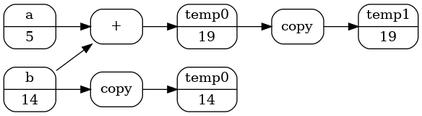
Earlier version of the Graphviz export graph.png (levasemin/Move_Semantic). Its source is kept beside it as graph.dot.
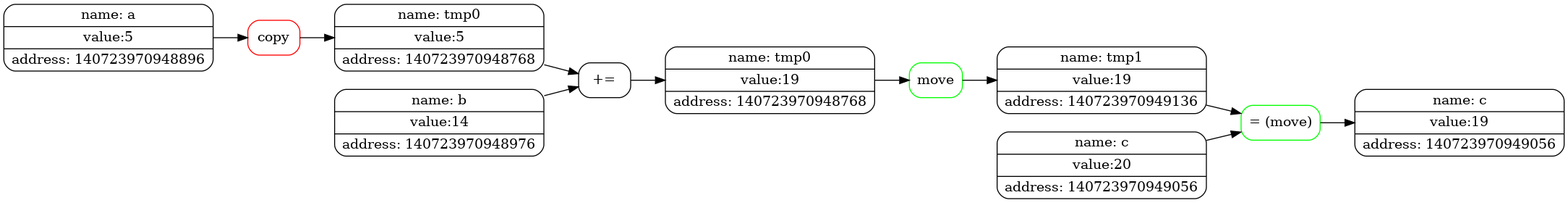
Above is the later version.

The edit, as a diff of the source:
```diff
@@ -2,19 +2,25 @@
 rankdir=LR;
 node[shape=Mrecord];
 
-1[label="a | 5 " ];
-2[label="b | 14 " ];
-3[label="copy " ];
-2->3;
-5[label="temp0 | 14 " ];
-3->5;
-6[label="+ " ];
-2->6;
-1->6;
-7[label="temp0 | 19 " ];
+1[label=" name: a | value:5 | address: 140723970948896 " ];
+2[label=" name: b | value:14 | address: 140723970948976 " ];
+3[label=" name: c | value:20 | address: 140723970949056 " ];
+4[label="copy" color = "red"];
+1->4;
+6[label=" name: tmp0 | value:5 | address: 140723970948768 " ];
+4->6;
+7[label="+=" color = "black"];
 6->7;
-8[label="copy " ];
+2->7;
+8[label=" name: tmp0 | value:19 | address: 140723970948768 " ];
 7->8;
-10[label="temp1 | 19 " ];
-8->10;
+9[label="move" color = "green"];
+8->9;
+11[label=" name: tmp1 | value:19 | address: 140723970949136 " ];
+9->11;
+12[label="= (move)" color = "green"];
+3->12;
+11->12;
+13[label=" name: c | value:19 | address: 140723970949056 " ];
+12->13;
 }
```
